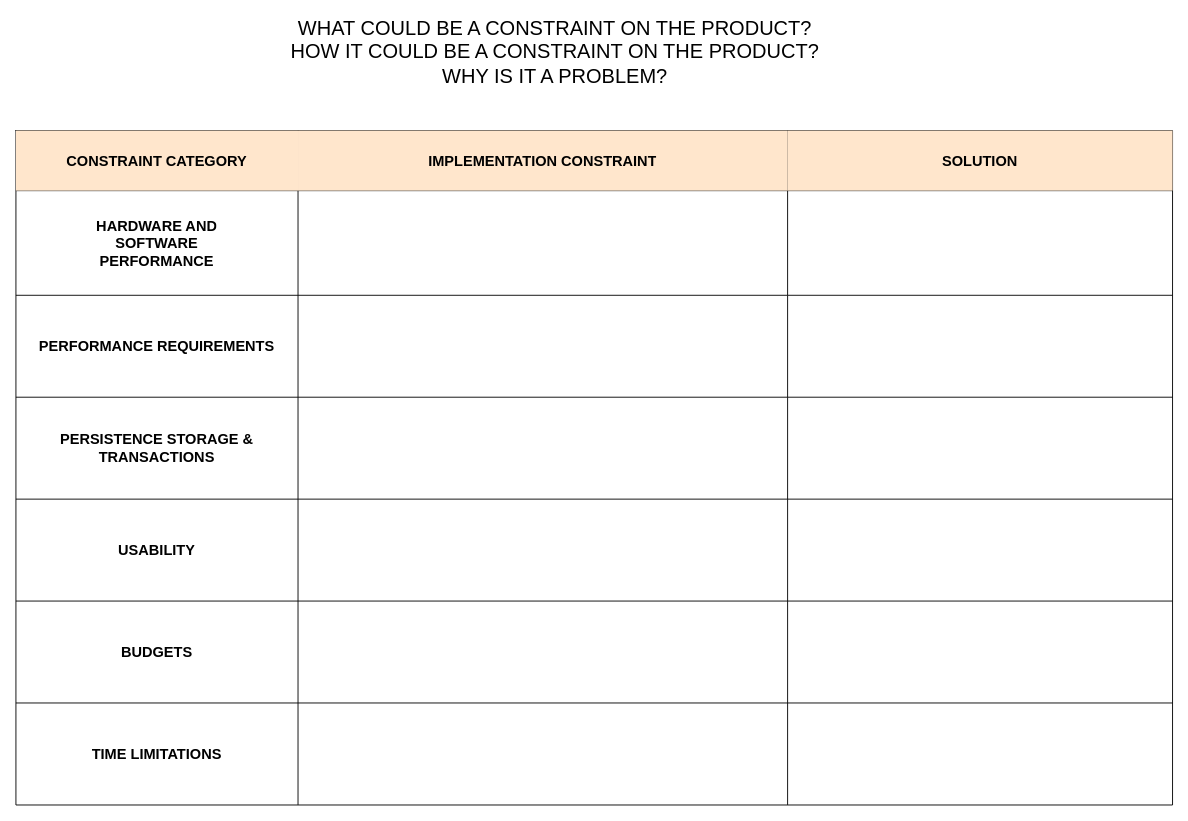
Earlier version of the draw.io diagram documentation/Implementation Constraints Plan.drawio (KryptoFlamingo/Inventory_Management_App). Source tidied: cells renumbered, new cells numbered last; positions are measured from the earlier drawing's top-left corner, leaving out a move shared by most shapes. Both pictures are drawn from the tidied source at 91%, with x=0, y=0 at pixel (15, 26).
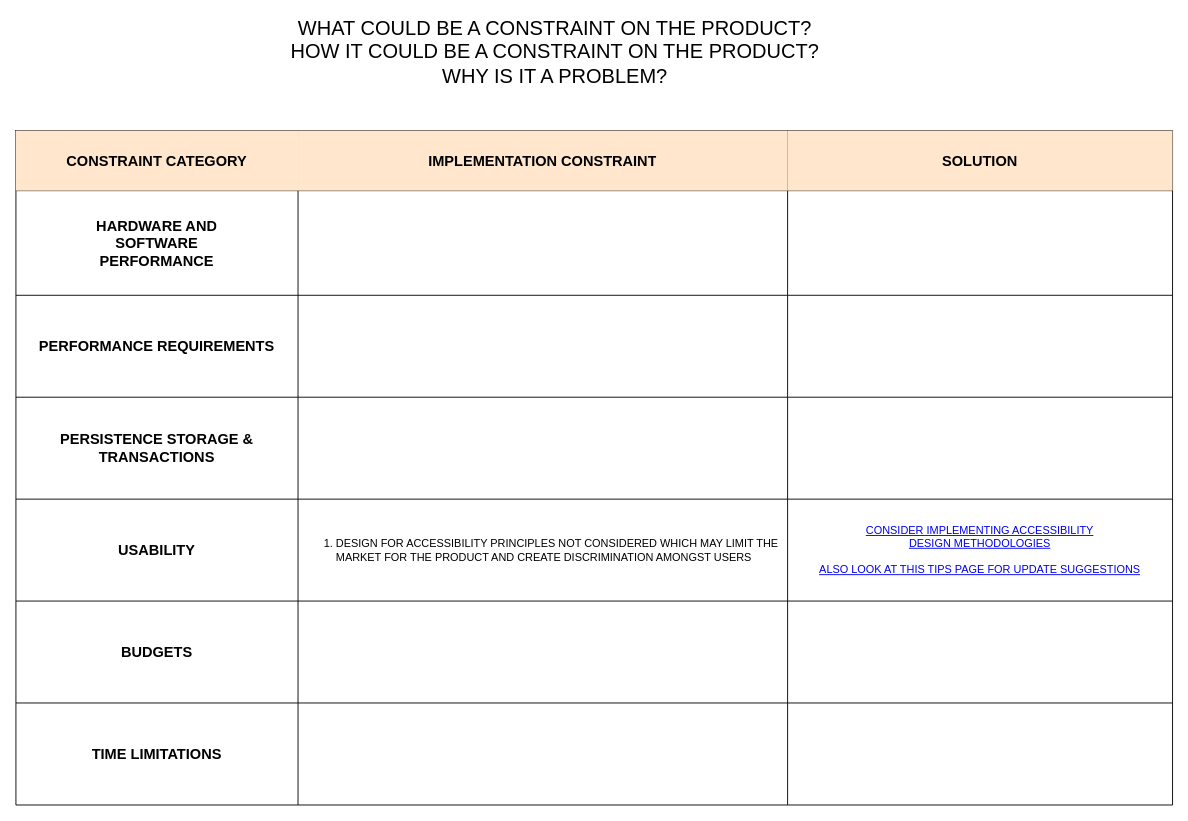
The same page after the edit.

Unchanged cells that the change refers to:
```xml
<mxCell id="19" style="shape=partialRectangle;html=1;whiteSpace=wrap;fillColor=none;top=0;left=0;bottom=0;right=0;" parent="2" vertex="1">
  <mxGeometry y="405" width="1271" height="112" as="geometry" />
</mxCell>
```

The edit, as a diff of the source:
```diff
@@
-    <mxCell id="21" style="shape=partialRectangle;html=1;whiteSpace=wrap;fillColor=none;top=0;left=0;bottom=0;right=0;overflow=hidden;" parent="19" vertex="1">
+    <mxCell id="21" value="&lt;ol&gt;&lt;li&gt;DESIGN FOR ACCESSIBILITY PRINCIPLES NOT CONSIDERED WHICH MAY LIMIT THE MARKET FOR THE PRODUCT AND CREATE DISCRIMINATION AMONGST USERS&lt;/li&gt;&lt;/ol&gt;" style="shape=partialRectangle;html=1;whiteSpace=wrap;fillColor=none;top=0;left=0;bottom=0;right=0;overflow=hidden;align=left;" parent="19" vertex="1">
       <mxGeometry x="310" width="538" height="112" as="geometry" />
     </mxCell>
-    <mxCell id="22" style="shape=partialRectangle;html=1;whiteSpace=wrap;fillColor=none;top=0;left=0;bottom=0;right=0;overflow=hidden;" parent="19" vertex="1">
+    <mxCell id="22" value="&lt;a href=&quot;https://www.w3.org/WAI/test-evaluate/preliminary/&quot;&gt;CONSIDER IMPLEMENTING ACCESSIBILITY &lt;br&gt;DESIGN METHODOLOGIES&lt;/a&gt;&lt;br&gt;&lt;br&gt;&lt;a href=&quot;https://www.w3.org/WAI/tips/&quot;&gt;ALSO LOOK AT THIS TIPS PAGE FOR UPDATE SUGGESTIONS&lt;/a&gt;" style="shape=partialRectangle;html=1;whiteSpace=wrap;fillColor=none;top=0;left=0;bottom=0;right=0;overflow=hidden;" parent="19" vertex="1">
       <mxGeometry x="848" width="423" height="112" as="geometry" />
     </mxCell>
```
